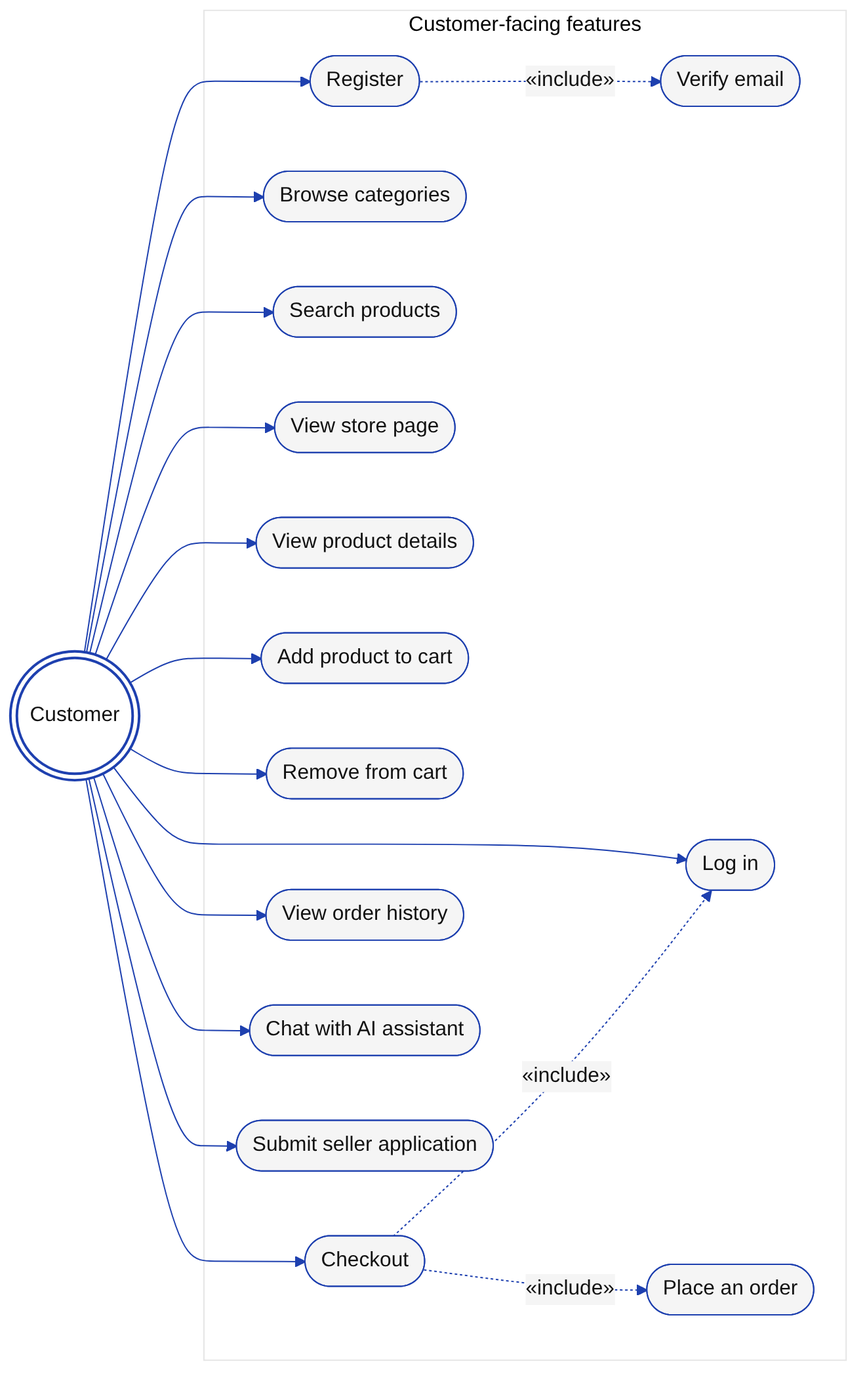
The Mermaid diagram images/uc-customer.png in NadimJebali/Pfe-rapport, before a commit. Its source is kept beside it as diagrams/uc-customer.mmd.
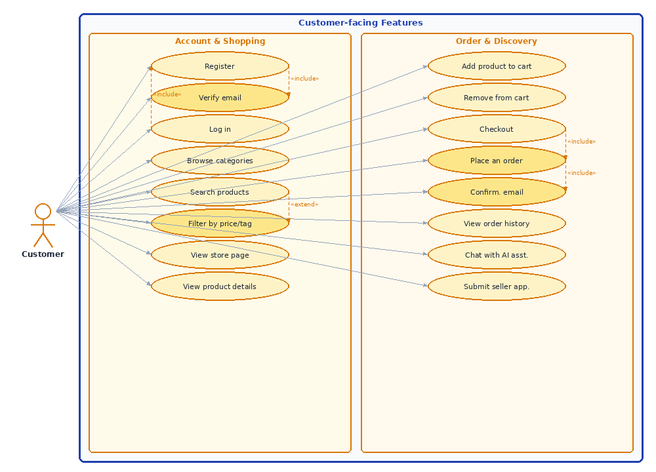
The same diagram one commit later.

What changed in the source:
```diff
@@ -1,9 +1,9 @@
-%%{init: {'theme':'base','themeVariables':{'primaryColor':'#F5F5F5','primaryBorderColor':'#1E40AF','primaryTextColor':'#111111','lineColor':'#1E40AF','fontFamily':'Helvetica'}}}%%
+%%{init: {'theme':'base','themeVariables':{'primaryColor':'#FEF3C7','primaryBorderColor':'#D97706','primaryTextColor':'#1E293B','lineColor':'#475569','fontFamily':'Helvetica','fontSize':'13px'}}}%%
 flowchart LR
-    C(((Customer)))
+    C((("Customer")))
 
-    subgraph SYS[Customer-facing features]
-      direction LR
+    subgraph SYS["Customer-facing Features"]
+      direction TB
       UC1(["Register"])
       UC2(["Verify email"])
       UC3(["Log in"])
@@ -37,5 +37,10 @@
     UC10 -. "«include»" .-> UC11
     UC10 -. "«include»" .-> UC3
 
-    classDef actor fill:#FFFFFF,stroke:#1E40AF,stroke-width:2px;
-    class C actor;
+    classDef actor fill:#FFFFFF,stroke:#D97706,stroke-width:2.5px,color:#1E293B
+    classDef uc    fill:#FEF3C7,stroke:#D97706,stroke-width:2px,color:#1E293B
+    classDef sub   fill:#FDE68A,stroke:#B45309,stroke-width:2px,color:#1E293B
+
+    class C actor
+    class UC1,UC3,UC4,UC5,UC6,UC7,UC8,UC9,UC10,UC12,UC13,UC14 uc
+    class UC2,UC11 sub
```
